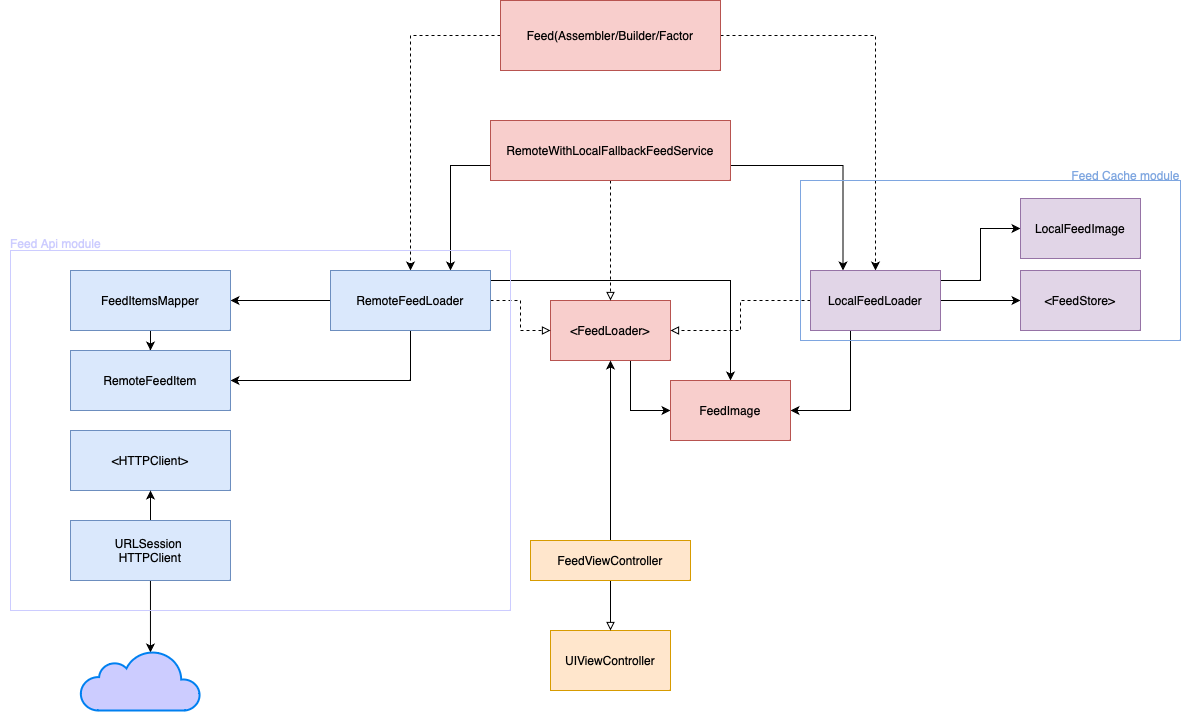
Before: Diagrams/Feed Module Diagram.drawio.png, a diagram exported from draw.io (Galih94/EssentialFeed). Source tidied: cells renumbered, new cells last; positions are measured from the earlier drawing's top-left corner, leaving out a move shared by most shapes.
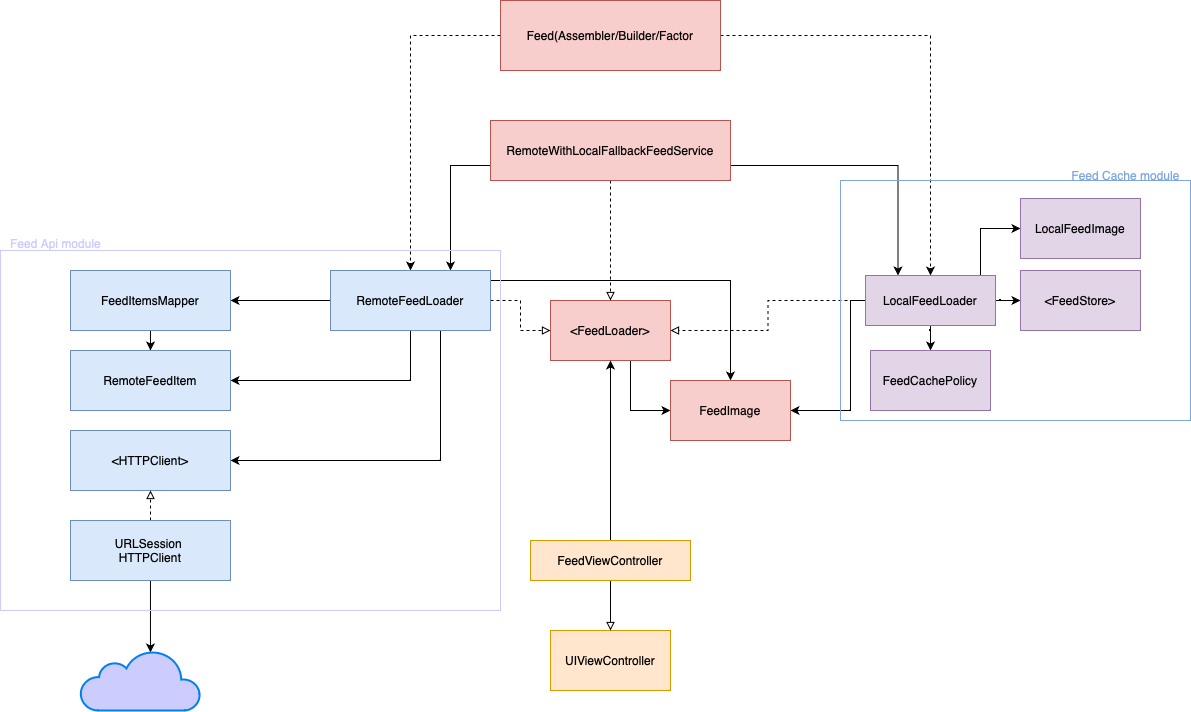
The same file after the commit.

Commit message:
feat(Diagram): update diagram include FeedCachePolicy on local module

The edit, as a diff of the source:
```diff
@@ -57,6 +57,13 @@
         </Array>
       </mxGeometry>
     </mxCell>
+    <mxCell id="40" style="edgeStyle=orthogonalEdgeStyle;rounded=0;jettySize=auto;html=1;entryX=1;entryY=0.5;entryDx=0;entryDy=0;" parent="1" edge="1" source="15" target="25">
+      <mxGeometry relative="1" as="geometry">
+        <Array as="points">
+          <mxPoint x="440" y="460" />
+        </Array>
+      </mxGeometry>
+    </mxCell>
     <mxCell id="15" value="RemoteFeedLoader" style="rounded=0;whiteSpace=wrap;html=1;fillColor=#dae8fc;strokeColor=#6c8ebf;" parent="1" vertex="1">
       <mxGeometry x="330" y="270" width="160" height="60" as="geometry" />
     </mxCell>
@@ -81,8 +88,11 @@
         </Array>
       </mxGeometry>
     </mxCell>
+    <mxCell id="41" style="edgeStyle=orthogonalEdgeStyle;rounded=0;jettySize=auto;html=1;" parent="1" edge="1" source="20" target="42">
+      <mxGeometry relative="1" as="geometry" />
+    </mxCell>
     <mxCell id="20" value="LocalFeedLoader" style="rounded=0;whiteSpace=wrap;html=1;fillColor=#e1d5e7;strokeColor=#9673a6;" parent="1" vertex="1">
-      <mxGeometry x="810" y="270" width="130" height="60" as="geometry" />
+      <mxGeometry x="865" y="275" width="130" height="50" as="geometry" />
     </mxCell>
     <mxCell id="21" value="UIViewController" style="rounded=0;whiteSpace=wrap;html=1;fillColor=#ffe6cc;strokeColor=#d79b00;" parent="1" vertex="1">
       <mxGeometry x="550" y="630" width="120" height="60" as="geometry" />
@@ -108,7 +118,7 @@
     <mxCell id="28" value="&lt;font color=&quot;#ccccff&quot;&gt;Feed Api module&lt;/font&gt;" style="text;html=1;align=center;verticalAlign=middle;strokeColor=none;fillColor=none;" parent="1" vertex="1">
       <mxGeometry y="228" width="110" height="30" as="geometry" />
     </mxCell>
-    <mxCell id="29" style="edgeStyle=orthogonalEdgeStyle;rounded=0;jettySize=auto;html=1;exitX=0.5;exitY=0;exitDx=0;exitDy=0;entryX=0.5;entryY=1;entryDx=0;entryDy=0;" parent="1" edge="1" source="31" target="25">
+    <mxCell id="29" style="edgeStyle=orthogonalEdgeStyle;rounded=0;jettySize=auto;html=1;exitX=0.5;exitY=0;exitDx=0;exitDy=0;entryX=0.5;entryY=1;entryDx=0;entryDy=0;endArrow=block;endFill=0;dashed=1;" parent="1" edge="1" source="31" target="25">
       <mxGeometry relative="1" as="geometry" />
     </mxCell>
     <mxCell id="30" style="edgeStyle=orthogonalEdgeStyle;rounded=0;jettySize=auto;html=1;entryX=0.583;entryY=0.033;entryDx=0;entryDy=0;entryPerimeter=0;" parent="1" edge="1" source="31" target="32">
@@ -121,13 +131,13 @@
       <mxGeometry x="80" y="650" width="120" height="60" as="geometry" />
     </mxCell>
     <mxCell id="33" style="rounded=0;whiteSpace=wrap;html=1;fillColor=none;strokeColor=#CCCCFF;" parent="1" vertex="1">
-      <mxGeometry x="10" y="250" width="500" height="360" as="geometry" />
+      <mxGeometry y="250" width="500" height="360" as="geometry" />
     </mxCell>
     <mxCell id="34" value="&amp;lt;FeedStore&amp;gt;" style="rounded=0;whiteSpace=wrap;html=1;fillColor=#e1d5e7;strokeColor=#9673a6;" parent="1" vertex="1">
       <mxGeometry x="1020" y="270" width="120" height="60" as="geometry" />
     </mxCell>
     <mxCell id="35" style="rounded=0;whiteSpace=wrap;html=1;fillColor=none;strokeColor=#7EA6E0;" parent="1" vertex="1">
-      <mxGeometry x="800" y="180" width="380" height="160" as="geometry" />
+      <mxGeometry x="840" y="180" width="350" height="240" as="geometry" />
     </mxCell>
     <mxCell id="36" value="&lt;font&gt;Feed Cache module&lt;/font&gt;" style="text;html=1;align=center;verticalAlign=middle;strokeColor=none;fillColor=none;fontColor=#7EA6E0;" parent="1" vertex="1">
       <mxGeometry x="1060" y="160" width="130" height="30" as="geometry" />
@@ -141,5 +151,8 @@
     <mxCell id="39" value="LocalFeedImage" style="rounded=0;whiteSpace=wrap;html=1;fillColor=#e1d5e7;strokeColor=#9673a6;" parent="1" vertex="1">
       <mxGeometry x="1020" y="198" width="120" height="60" as="geometry" />
     </mxCell>
+    <mxCell id="42" value="FeedCachePolicy" style="rounded=0;whiteSpace=wrap;html=1;fillColor=#e1d5e7;strokeColor=#9673a6;" parent="1" vertex="1">
+      <mxGeometry x="870" y="350" width="120" height="60" as="geometry" />
+    </mxCell>
   </root>
 </mxGraphModel>
```
